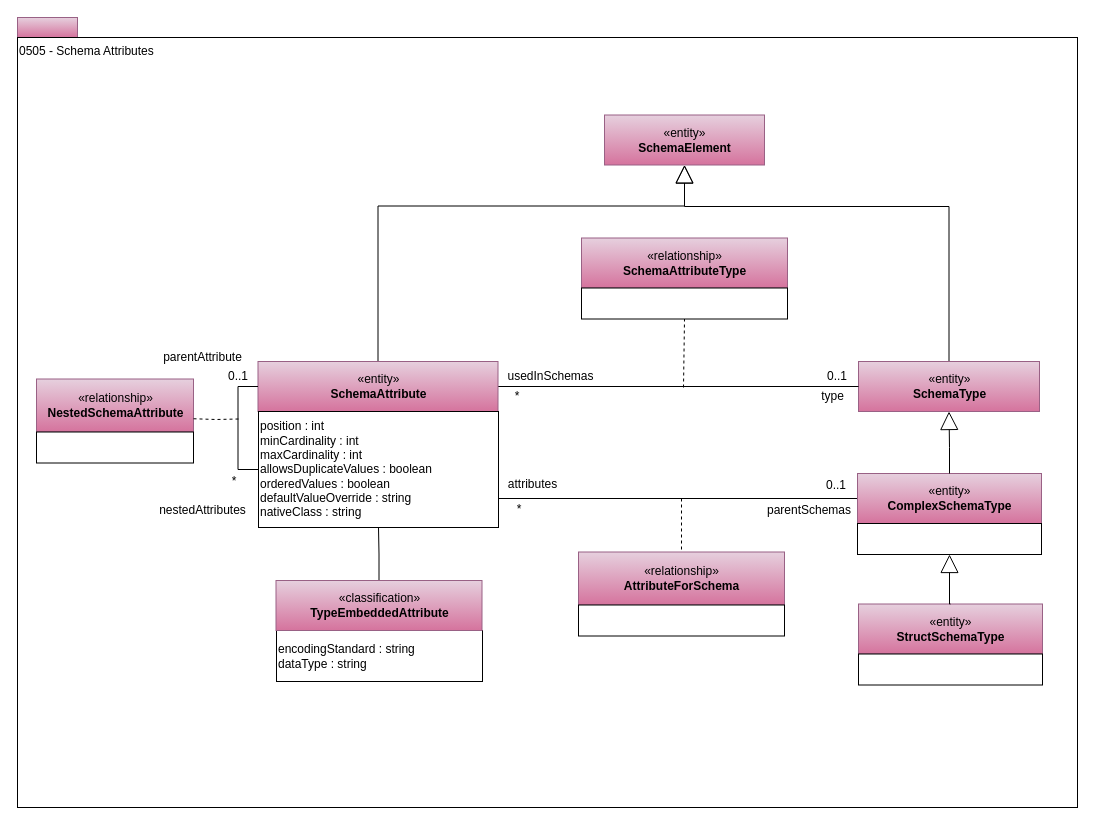
Earlier version of the draw.io diagram page "0505-Schema-Attributes" (5 of 25) of open-metadata-publication/website/open-metadata-types/area-5-models-and-schema.drawio (planetf1/egeria). Source tidied: cells renumbered, new cells numbered last; positions are measured from the earlier drawing's top-left corner, leaving out a move shared by most shapes. Both pictures are drawn from the tidied source at 100%, with x=0, y=0 at pixel (17, 17).
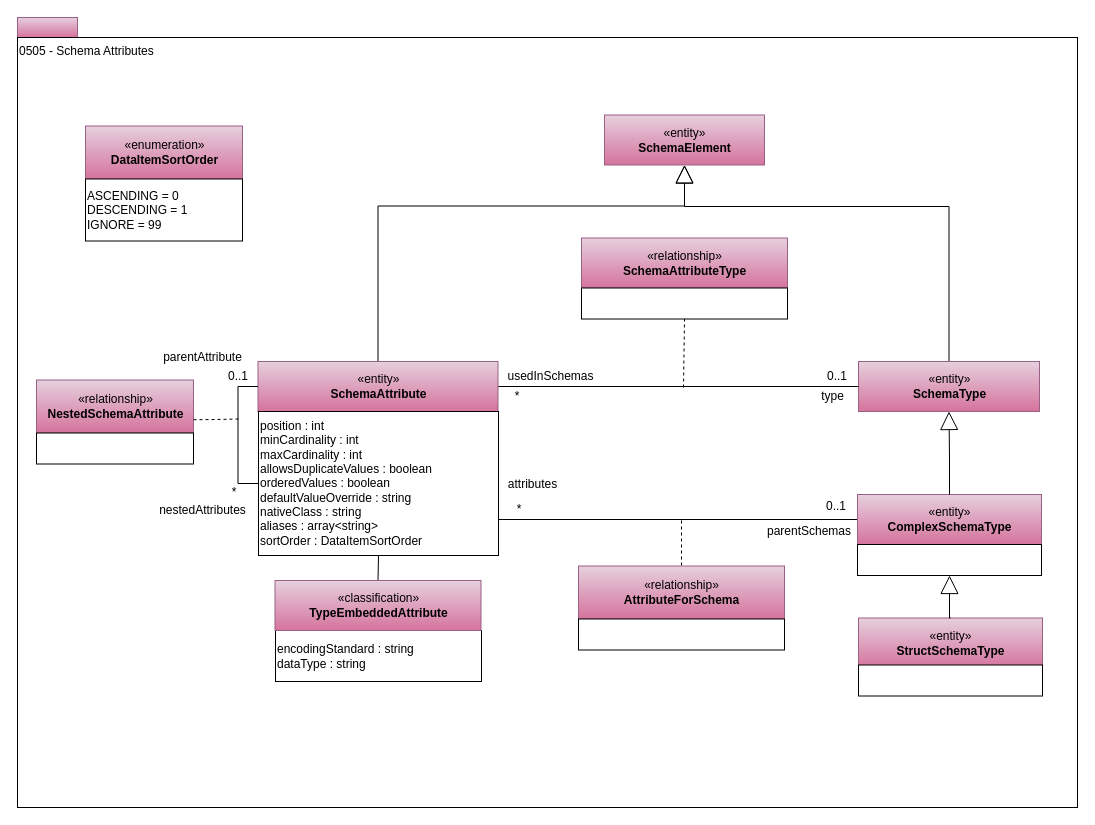
After the change.

The change refers to these unchanged cells:
```xml
<mxCell id="28" value="«relationship»&lt;br&gt;&lt;b&gt;AttributeForSchema&lt;/b&gt;" style="html=1;strokeColor=#996185;align=center;fillColor=#e6d0de;gradientColor=#d5739d;" parent="27" vertex="1">
  <mxGeometry width="206" height="53" as="geometry" />
</mxCell>
```

The edit, as a diff of the source:
```diff
@@
     <mxCell id="17" style="group;" parent="1" vertex="1">
-      <mxGeometry x="19" y="361.5" width="157" height="84" as="geometry" />
+      <mxGeometry x="19" y="362.5" width="157" height="84" as="geometry" />
     </mxCell>
@@
     <mxCell id="23" value="*" style="text;html=1;strokeColor=none;fillColor=none;align=center;verticalAlign=middle;whiteSpace=wrap;rounded=0;" parent="1" vertex="1">
-      <mxGeometry x="196.5" y="453.5" width="40" height="20" as="geometry" />
+      <mxGeometry x="196.5" y="464.5" width="40" height="20" as="geometry" />
     </mxCell>
@@
     <mxCell id="25" style="endArrow=none;dashed=1;html=1;" parent="1" edge="1" target="28">
       <mxGeometry relative="1" as="geometry">
-        <mxPoint x="664" y="481" as="sourcePoint" />
+        <mxPoint x="664" y="503" as="sourcePoint" />
       </mxGeometry>
     </mxCell>
@@
     <mxCell id="27" style="group;" parent="1" vertex="1">
-      <mxGeometry x="561" y="534.5" width="206" height="84" as="geometry" />
+      <mxGeometry x="561" y="548.5" width="206" height="84" as="geometry" />
     </mxCell>
@@
     <mxCell id="30" style="group;" parent="1" vertex="1">
-      <mxGeometry x="840" y="456" width="184" height="81" as="geometry" />
+      <mxGeometry x="840" y="477" width="184" height="81" as="geometry" />
     </mxCell>
@@
     <mxCell id="35" value="0..1" style="text;html=1;strokeColor=none;fillColor=none;align=center;verticalAlign=middle;whiteSpace=wrap;rounded=0;" parent="1" vertex="1">
-      <mxGeometry x="799" y="457.5" width="40" height="20" as="geometry" />
+      <mxGeometry x="799" y="478.5" width="40" height="20" as="geometry" />
     </mxCell>
@@
     <mxCell id="37" value="parentSchemas" style="text;html=1;strokeColor=none;fillColor=none;align=center;verticalAlign=middle;whiteSpace=wrap;rounded=0;" parent="1" vertex="1">
-      <mxGeometry x="742" y="483" width="100" height="20" as="geometry" />
+      <mxGeometry x="742" y="504" width="100" height="20" as="geometry" />
     </mxCell>
     <mxCell id="38" style="group;" parent="1" vertex="1">
-      <mxGeometry x="841" y="586.5" width="184" height="81" as="geometry" />
+      <mxGeometry x="841" y="597.5" width="184" height="81" as="geometry" />
     </mxCell>
     <mxCell id="39" value="«entity»&lt;br&gt;&lt;b&gt;StructSchemaType&lt;/b&gt;" style="html=1;strokeColor=#996185;align=center;fillColor=#e6d0de;gradientColor=#d5739d;" parent="38" vertex="1">
-      <mxGeometry width="184" height="50" as="geometry" />
+      <mxGeometry y="3" width="184" height="50" as="geometry" />
     </mxCell>
@@
-    <mxCell id="44" value="&lt;span style=&quot;white-space: normal&quot;&gt;position : int&lt;/span&gt;&lt;br style=&quot;white-space: normal&quot;&gt;&lt;font style=&quot;white-space: normal&quot;&gt;minCardinality : int&lt;br&gt;maxCardinality : int&lt;/font&gt;&lt;br style=&quot;white-space: normal&quot;&gt;&lt;font style=&quot;white-space: normal&quot;&gt;allowsDuplicateValues : boolean&lt;br&gt;orderedValues : boolean&lt;br&gt;&lt;/font&gt;&lt;span&gt;defaultValueOverride : string&lt;br&gt;&lt;/span&gt;&lt;font style=&quot;white-space: normal&quot;&gt;nativeClass : string&lt;br&gt;&lt;/font&gt;" style="rounded=0;whiteSpace=wrap;html=1;strokeColor=#000000;gradientColor=#ffffff;align=left;fontColor=#000000;" parent="1" vertex="1">
-      <mxGeometry x="241" y="394" width="240" height="116" as="geometry" />
+    <mxCell id="44" value="&lt;span style=&quot;white-space: normal&quot;&gt;position : int&lt;/span&gt;&lt;br style=&quot;white-space: normal&quot;&gt;&lt;font style=&quot;white-space: normal&quot;&gt;minCardinality : int&lt;br&gt;maxCardinality : int&lt;/font&gt;&lt;br style=&quot;white-space: normal&quot;&gt;&lt;font style=&quot;white-space: normal&quot;&gt;allowsDuplicateValues : boolean&lt;br&gt;orderedValues : boolean&lt;br&gt;&lt;/font&gt;&lt;span&gt;defaultValueOverride : string&lt;br&gt;&lt;/span&gt;&lt;font style=&quot;white-space: normal&quot;&gt;nativeClass : string&lt;br&gt;aliases : array&amp;lt;string&amp;gt;&lt;br&gt;sortOrder : DataItemSortOrder&lt;br&gt;&lt;/font&gt;" style="rounded=0;whiteSpace=wrap;html=1;strokeColor=#000000;gradientColor=#ffffff;align=left;fontColor=#000000;" parent="1" vertex="1">
+      <mxGeometry x="241" y="394" width="240" height="144" as="geometry" />
     </mxCell>
     <mxCell id="45" value="encodingStandard : string&lt;br&gt;dataType : string&lt;br&gt;&lt;div style=&quot;text-align: left&quot;&gt;&lt;/div&gt;" style="rounded=0;whiteSpace=wrap;html=1;strokeColor=#000000;gradientColor=#ffffff;align=left;" parent="1" vertex="1">
-      <mxGeometry x="259" y="613" width="206" height="51" as="geometry" />
+      <mxGeometry x="258" y="613" width="206" height="51" as="geometry" />
     </mxCell>
     <mxCell id="46" value="«classification»&lt;br&gt;&lt;b&gt;TypeEmbeddedAttribute&lt;/b&gt;" style="html=1;strokeColor=#996185;align=center;fillColor=#e6d0de;gradientColor=#d5739d;" parent="1" vertex="1">
-      <mxGeometry x="258.5" y="563" width="206" height="50" as="geometry" />
+      <mxGeometry x="257.5" y="563" width="206" height="50" as="geometry" />
     </mxCell>
+    <mxCell id="47" style="group;" parent="1" vertex="1">
+      <mxGeometry x="68" y="108.5" width="157" height="115" as="geometry" />
+    </mxCell>
+    <mxCell id="48" value="«enumeration»&lt;br&gt;&lt;b&gt;DataItemSortOrder&lt;/b&gt;" style="html=1;strokeColor=#996185;align=center;fillColor=#e6d0de;gradientColor=#d5739d;" parent="47" vertex="1">
+      <mxGeometry width="157" height="53" as="geometry" />
+    </mxCell>
+    <mxCell id="49" value="&lt;div&gt;ASCENDING = 0&lt;/div&gt;&lt;div&gt;DESCENDING = 1&lt;/div&gt;&lt;div&gt;IGNORE = 99&lt;/div&gt;" style="rounded=0;whiteSpace=wrap;html=1;strokeColor=#000000;gradientColor=#ffffff;align=left;" parent="47" vertex="1">
+      <mxGeometry y="53" width="157" height="62" as="geometry" />
+    </mxCell>
```
